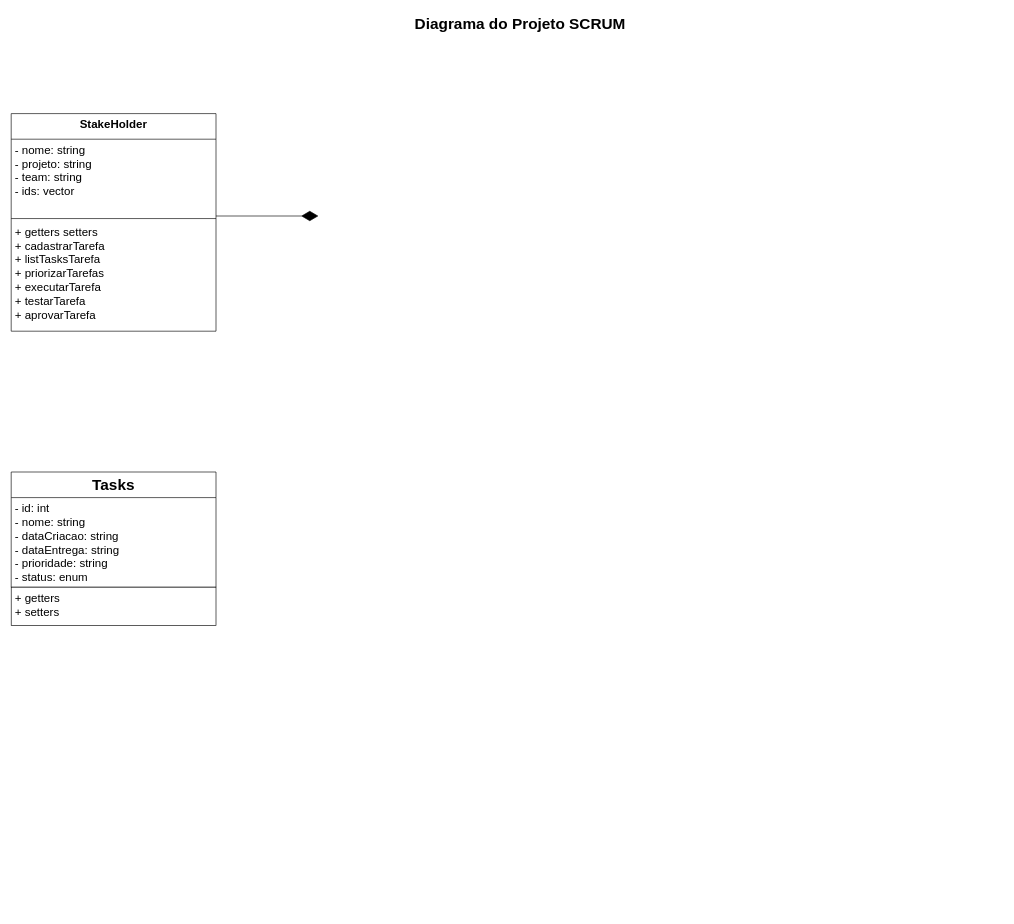
Earlier version of the draw.io diagram diagrama.drawio (guilhermechaves0/ScrumPlusPlus). Source tidied: cells renumbered, new cells numbered last; positions are measured from the earlier drawing's top-left corner, leaving out a move shared by most shapes. Both pictures are drawn from the tidied source at 64%, with x=0, y=0 at pixel (11, 11).
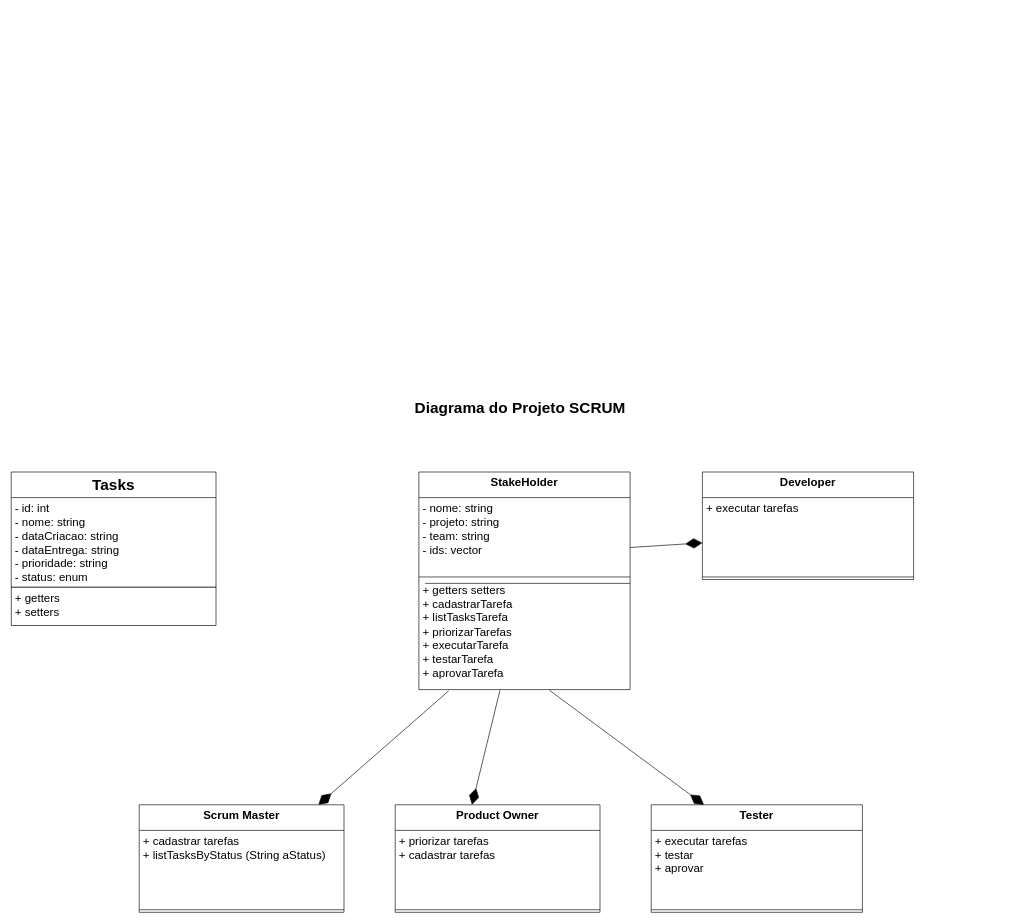
Above is the later version.

The edit, as a diff of the source:
```diff
@@
     <mxCell id="2" value="Diagrama do Projeto SCRUM" style="text;strokeColor=none;fillColor=none;html=1;fontSize=24;fontStyle=1;verticalAlign=middle;align=center;" parent="1" vertex="1">
-      <mxGeometry x="40" width="1510" height="40" as="geometry" />
+      <mxGeometry x="40" y="600" width="1510" height="40" as="geometry" />
     </mxCell>
@@
     <mxCell id="5" value="&lt;span style=&quot;font-size: 18px;&quot;&gt;StakeHolder&lt;/span&gt;" style="swimlane;fontStyle=1;align=center;verticalAlign=top;horizontal=1;startSize=40;whiteSpace=wrap;html=1;" parent="1" vertex="1">
-      <mxGeometry y="160" width="320" height="340" as="geometry" />
+      <mxGeometry x="637" y="720" width="330" height="340" as="geometry" />
     </mxCell>
     <mxCell id="6" value="&lt;span style=&quot;font-size: 18px;&quot;&gt;- nome: string&lt;br&gt;- projeto: string&lt;br&gt;- team: string&lt;br&gt;- ids: vector&lt;br&gt;&lt;/span&gt;" style="text;strokeColor=none;fillColor=none;align=left;verticalAlign=top;spacingLeft=4;spacingRight=4;overflow=hidden;points=[[0,0.5],[1,0.5]];portConstraint=eastwest;whiteSpace=wrap;html=1;" parent="5" vertex="1">
-      <mxGeometry y="40" width="320" height="120" as="geometry" />
+      <mxGeometry y="40" width="330" height="120" as="geometry" />
     </mxCell>
     <mxCell id="7" style="line;strokeWidth=1;fillColor=none;align=left;verticalAlign=middle;spacingTop=-1;spacingLeft=3;spacingRight=3;labelPosition=right;strokeColor=inherit;" parent="5" vertex="1">
-      <mxGeometry y="160" width="320" height="8" as="geometry" />
+      <mxGeometry y="160" width="330" height="8" as="geometry" />
     </mxCell>
     <mxCell id="8" value="&lt;font style=&quot;font-size: 18px;&quot;&gt;+ getters setters&lt;br&gt;+ cadastrarTarefa&lt;br&gt;+ listTasksTarefa&lt;br&gt;+ priorizarTarefas&lt;br&gt;+ executarTarefa&lt;br&gt;+ testarTarefa&lt;br&gt;+ aprovarTarefa&lt;br&gt;&lt;/font&gt;" style="text;strokeColor=none;fillColor=none;align=left;verticalAlign=top;spacingLeft=4;spacingRight=4;overflow=hidden;points=[[0,0.5],[1,0.5]];portConstraint=eastwest;whiteSpace=wrap;html=1;" parent="5" vertex="1">
-      <mxGeometry y="168" width="320" height="172" as="geometry" />
+      <mxGeometry y="168" width="330" height="172" as="geometry" />
     </mxCell>
-    <mxCell id="9" style="endArrow=diamondThin;endFill=1;endSize=24;html=1;rounded=0;" parent="1" edge="1">
+    <mxCell id="9" style="endArrow=diamondThin;endFill=1;endSize=24;html=1;rounded=0;exitX=0.141;exitY=1.012;exitDx=0;exitDy=0;exitPerimeter=0;" parent="1" edge="1" source="8">
       <mxGeometry relative="1" as="geometry">
-        <mxPoint x="320" y="320" as="sourcePoint" />
-        <mxPoint x="480" y="320" as="targetPoint" />
+        <mxPoint x="480" y="1240" as="targetPoint" />
       </mxGeometry>
     </mxCell>
@@
+    <mxCell id="12" style="line;strokeWidth=1;fillColor=none;align=left;verticalAlign=middle;spacingTop=-1;spacingLeft=3;spacingRight=3;labelPosition=right;strokeColor=inherit;" parent="1" vertex="1">
+      <mxGeometry x="647" y="890" width="320" height="8" as="geometry" />
+    </mxCell>
+    <mxCell id="13" value="&lt;span style=&quot;font-size: 18px;&quot;&gt;Scrum Master&lt;/span&gt;" style="swimlane;fontStyle=1;align=center;verticalAlign=top;horizontal=1;startSize=40;whiteSpace=wrap;html=1;" parent="1" vertex="1">
+      <mxGeometry x="200" y="1240" width="320" height="168" as="geometry" />
+    </mxCell>
+    <mxCell id="14" value="&lt;span style=&quot;font-size: 18px;&quot;&gt;+ cadastrar tarefas&lt;br&gt;+ listTasksByStatus (String aStatus)&lt;br&gt;&lt;/span&gt;" style="text;strokeColor=none;fillColor=none;align=left;verticalAlign=top;spacingLeft=4;spacingRight=4;overflow=hidden;whiteSpace=wrap;html=1;" parent="13" vertex="1">
+      <mxGeometry y="40" width="320" height="120" as="geometry" />
+    </mxCell>
+    <mxCell id="15" style="line;strokeWidth=1;fillColor=none;align=left;verticalAlign=middle;spacingTop=-1;spacingLeft=3;spacingRight=3;labelPosition=right;strokeColor=inherit;" parent="13" vertex="1">
+      <mxGeometry y="160" width="320" height="8" as="geometry" />
+    </mxCell>
+    <mxCell id="16" value="&lt;span style=&quot;font-size: 18px;&quot;&gt;Product Owner&lt;/span&gt;" style="swimlane;fontStyle=1;align=center;verticalAlign=top;horizontal=1;startSize=40;whiteSpace=wrap;html=1;" parent="1" vertex="1">
+      <mxGeometry x="600" y="1240" width="320" height="168" as="geometry" />
+    </mxCell>
+    <mxCell id="17" value="&lt;span style=&quot;font-size: 18px;&quot;&gt;+ priorizar tarefas&lt;br&gt;+ cadastrar tarefas&lt;br&gt;&lt;/span&gt;" style="text;strokeColor=none;fillColor=none;align=left;verticalAlign=top;spacingLeft=4;spacingRight=4;overflow=hidden;whiteSpace=wrap;html=1;" parent="16" vertex="1">
+      <mxGeometry y="40" width="320" height="120" as="geometry" />
+    </mxCell>
+    <mxCell id="18" style="line;strokeWidth=1;fillColor=none;align=left;verticalAlign=middle;spacingTop=-1;spacingLeft=3;spacingRight=3;labelPosition=right;strokeColor=inherit;" parent="16" vertex="1">
+      <mxGeometry y="160" width="320" height="8" as="geometry" />
+    </mxCell>
+    <mxCell id="19" style="endArrow=diamondThin;endFill=1;endSize=24;html=1;rounded=0;exitX=0.384;exitY=1.006;exitDx=0;exitDy=0;exitPerimeter=0;entryX=0.375;entryY=0;entryDx=0;entryDy=0;entryPerimeter=0;" parent="1" edge="1" source="8" target="16">
+      <mxGeometry relative="1" as="geometry" />
+    </mxCell>
+    <mxCell id="20" value="&lt;span style=&quot;font-size: 18px;&quot;&gt;Tester&lt;/span&gt;" style="swimlane;fontStyle=1;align=center;verticalAlign=top;horizontal=1;startSize=40;whiteSpace=wrap;html=1;" parent="1" vertex="1">
+      <mxGeometry x="1000" y="1240" width="330" height="168" as="geometry" />
+    </mxCell>
+    <mxCell id="21" value="&lt;span style=&quot;font-size: 18px;&quot;&gt;+ executar tarefas&lt;br&gt;+ testar&lt;br&gt;+ aprovar&lt;br&gt;&lt;/span&gt;" style="text;strokeColor=none;fillColor=none;align=left;verticalAlign=top;spacingLeft=4;spacingRight=4;overflow=hidden;whiteSpace=wrap;html=1;" parent="20" vertex="1">
+      <mxGeometry y="40" width="330" height="120" as="geometry" />
+    </mxCell>
+    <mxCell id="22" style="line;strokeWidth=1;fillColor=none;align=left;verticalAlign=middle;spacingTop=-1;spacingLeft=3;spacingRight=3;labelPosition=right;strokeColor=inherit;" parent="20" vertex="1">
+      <mxGeometry y="160" width="330" height="8" as="geometry" />
+    </mxCell>
+    <mxCell id="23" style="endArrow=diamondThin;endFill=1;endSize=24;html=1;rounded=0;exitX=0.384;exitY=1.006;exitDx=0;exitDy=0;exitPerimeter=0;entryX=0.25;entryY=0;entryDx=0;entryDy=0;" parent="1" edge="1" target="20">
+      <mxGeometry relative="1" as="geometry">
+        <mxPoint x="841" y="1061" as="sourcePoint" />
+      </mxGeometry>
+    </mxCell>
+    <mxCell id="24" value="&lt;span style=&quot;font-size: 18px;&quot;&gt;Developer&lt;/span&gt;" style="swimlane;fontStyle=1;align=center;verticalAlign=top;horizontal=1;startSize=40;whiteSpace=wrap;html=1;" parent="1" vertex="1">
+      <mxGeometry x="1080" y="720" width="330" height="168" as="geometry" />
+    </mxCell>
+    <mxCell id="25" value="&lt;span style=&quot;font-size: 18px;&quot;&gt;+ executar tarefas&lt;br&gt;&lt;/span&gt;" style="text;strokeColor=none;fillColor=none;align=left;verticalAlign=top;spacingLeft=4;spacingRight=4;overflow=hidden;points=[[0,0.5],[1,0.5]];portConstraint=eastwest;whiteSpace=wrap;html=1;" parent="24" vertex="1">
+      <mxGeometry y="40" width="330" height="120" as="geometry" />
+    </mxCell>
+    <mxCell id="26" style="line;strokeWidth=1;fillColor=none;align=left;verticalAlign=middle;spacingTop=-1;spacingLeft=3;spacingRight=3;labelPosition=right;strokeColor=inherit;" parent="24" vertex="1">
+      <mxGeometry y="160" width="330" height="8" as="geometry" />
+    </mxCell>
+    <mxCell id="27" style="endArrow=diamondThin;endFill=1;endSize=24;html=1;rounded=0;exitX=1;exitY=0.65;exitDx=0;exitDy=0;exitPerimeter=0;" parent="1" edge="1" source="6" target="25">
+      <mxGeometry relative="1" as="geometry" />
+    </mxCell>
```
